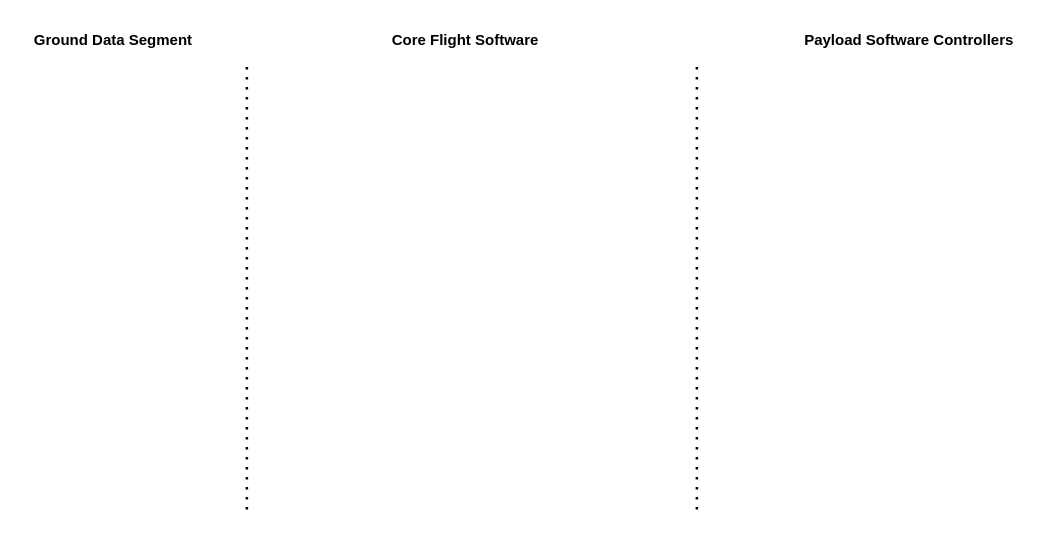
Before: overview.drawio in DPhi-Space/FSCompose, a draw.io diagram. Source tidied: cells renumbered, new cells numbered last; positions are measured from the earlier drawing's top-left corner, leaving out a move shared by most shapes. Both pictures are drawn from the tidied source at 125%, with x=0, y=0 at pixel (21, 21).
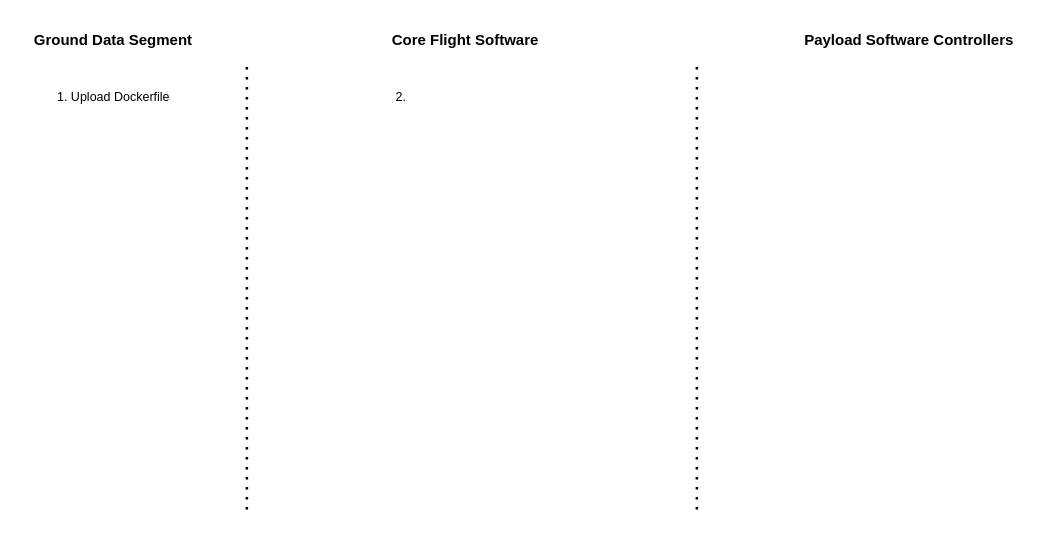
Above is the later version.

Diff of the diagram source:
```diff
@@
 <mxGraphModel>
   <root>
     <mxCell id="0" />
     <mxCell id="1" parent="0" />
+    <mxCell id="7" value="1. Upload Dockerfile&amp;nbsp;" style="text;html=1;strokeColor=none;fillColor=none;align=center;verticalAlign=middle;whiteSpace=wrap;rounded=0;fontSize=10;" parent="1" vertex="1">
+      <mxGeometry x="10" y="50" width="130" height="20" as="geometry" />
+    </mxCell>
     <mxCell id="2" style="endArrow=none;dashed=1;html=1;dashPattern=1 3;strokeWidth=2;rounded=0;" parent="1" edge="1">
       <mxGeometry relative="1" as="geometry">
         <mxPoint x="180" y="390" as="sourcePoint" />
         <mxPoint x="180" y="30" as="targetPoint" />
       </mxGeometry>
     </mxCell>
     <mxCell id="3" value="Ground Data Segment&amp;nbsp;" style="text;html=1;strokeColor=none;fillColor=none;align=center;verticalAlign=middle;whiteSpace=wrap;rounded=0;fontStyle=1;" parent="1" vertex="1">
       <mxGeometry width="150" height="30" as="geometry" />
     </mxCell>
     <mxCell id="4" style="endArrow=none;dashed=1;html=1;dashPattern=1 3;strokeWidth=2;rounded=0;" parent="1" edge="1">
       <mxGeometry relative="1" as="geometry">
         <mxPoint x="540" y="390" as="sourcePoint" />
         <mxPoint x="540" y="30" as="targetPoint" />
       </mxGeometry>
     </mxCell>
     <mxCell id="5" value="Core Flight Software" style="text;html=1;strokeColor=none;fillColor=none;align=center;verticalAlign=middle;whiteSpace=wrap;rounded=0;fontStyle=1;" parent="1" vertex="1">
       <mxGeometry x="280" width="150" height="30" as="geometry" />
     </mxCell>
     <mxCell id="6" value="Payload Software Controllers" style="text;html=1;strokeColor=none;fillColor=none;align=center;verticalAlign=middle;whiteSpace=wrap;rounded=0;fontStyle=1;" parent="1" vertex="1">
       <mxGeometry x="620" width="180" height="30" as="geometry" />
     </mxCell>
+    <mxCell id="8" value="2.&amp;nbsp;" style="text;html=1;strokeColor=none;fillColor=none;align=center;verticalAlign=middle;whiteSpace=wrap;rounded=0;fontSize=10;" parent="1" vertex="1">
+      <mxGeometry x="240" y="50" width="130" height="20" as="geometry" />
+    </mxCell>
   </root>
 </mxGraphModel>
```
